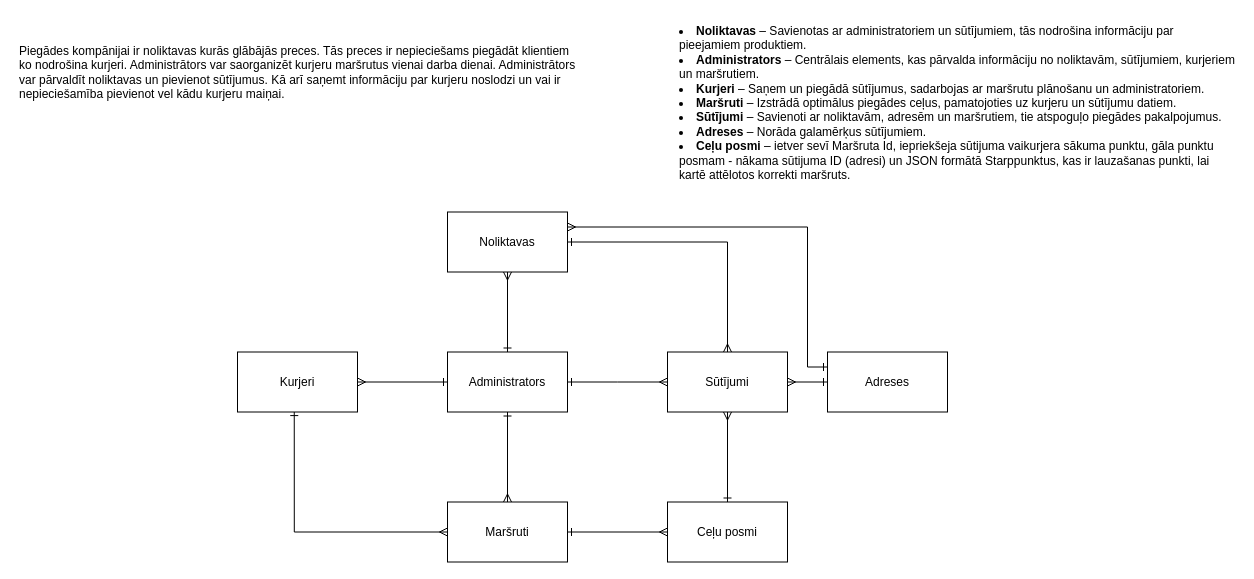
This is KonceptuModelis.drawio from danielsculka/projektesanas-laboratorija, a draw.io file, before an edit. Source tidied: cells renumbered, new cells numbered last; positions are measured from the earlier drawing's top-left corner, leaving out a move shared by most shapes. Both pictures are drawn from the tidied source at 100%, with x=0, y=0 at pixel (17, 17).
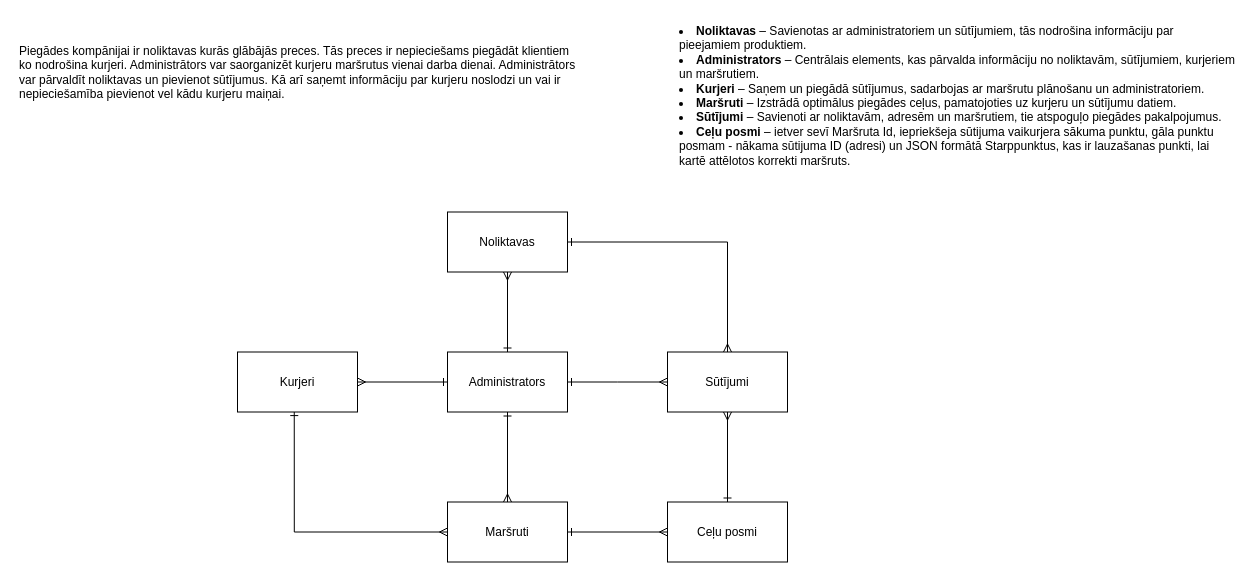
The same page after the edit.

The change refers to these unchanged cells:
```xml
<mxCell id="4" value="Noliktavas" style="rounded=0;whiteSpace=wrap;html=1;" parent="1" vertex="1">
  <mxGeometry x="430" y="194.5" width="120" height="60" as="geometry" />
</mxCell>
<mxCell id="7" value="Sūtījumi" style="rounded=0;whiteSpace=wrap;html=1;" parent="1" vertex="1">
  <mxGeometry x="650" y="334.5" width="120" height="60" as="geometry" />
</mxCell>
```

Diff of the diagram source:
```diff
@@
-    <mxCell id="3" style="edgeStyle=orthogonalEdgeStyle;rounded=0;jettySize=auto;html=1;exitX=1;exitY=0.25;exitDx=0;exitDy=0;entryX=0;entryY=0.25;entryDx=0;entryDy=0;startArrow=ERmany;startFill=0;endArrow=ERone;endFill=0;" parent="1" edge="1" source="4" target="17">
-      <mxGeometry relative="1" as="geometry">
-        <Array as="points">
-          <mxPoint x="790" y="209.5" />
-          <mxPoint x="790" y="349.5" />
-        </Array>
-      </mxGeometry>
-    </mxCell>
@@
-    <mxCell id="5" style="edgeStyle=orthogonalEdgeStyle;rounded=0;jettySize=auto;html=1;exitX=1;exitY=0.5;exitDx=0;exitDy=0;entryX=0;entryY=0.5;entryDx=0;entryDy=0;endArrow=ERone;endFill=0;startArrow=ERmany;startFill=0;" parent="1" edge="1" source="7" target="17">
-      <mxGeometry relative="1" as="geometry" />
-    </mxCell>
@@
-    <mxCell id="17" value="Adreses" style="rounded=0;whiteSpace=wrap;html=1;" parent="1" vertex="1">
-      <mxGeometry x="810" y="334.5" width="120" height="60" as="geometry" />
-    </mxCell>
@@
-    <mxCell id="19" value="&lt;li&gt;&lt;strong&gt;Noliktavas&lt;/strong&gt; – Savienotas ar administratoriem un sūtījumiem, tās nodrošina informāciju par pieejamiem produktiem.&lt;/li&gt;&lt;li&gt;&lt;strong&gt;Administrators&lt;/strong&gt; – Centrālais elements, kas pārvalda informāciju no noliktavām, sūtījumiem, kurjeriem un maršrutiem.&lt;/li&gt;&lt;li&gt;&lt;strong&gt;Kurjeri&lt;/strong&gt; – Saņem un piegādā sūtījumus, sadarbojas ar maršrutu plānošanu un administratoriem.&lt;/li&gt;&lt;li&gt;&lt;strong&gt;Maršruti&lt;/strong&gt; – Izstrādā optimālus piegādes ceļus, pamatojoties uz kurjeru un sūtījumu datiem.&lt;/li&gt;&lt;li&gt;&lt;strong&gt;Sūtījumi&lt;/strong&gt; – Savienoti ar noliktavām, adresēm un maršrutiem, tie atspoguļo piegādes pakalpojumus.&lt;/li&gt;&lt;li&gt;&lt;strong&gt;Adreses&lt;/strong&gt; – Norāda galamērķus sūtījumiem.&lt;/li&gt;&lt;li&gt;&lt;b&gt;Ceļu posmi&lt;/b&gt; – ietver sevī Maršruta Id, iepriekšeja sūtijuma vaikurjera sākuma punktu, gāla punktu posmam - nākama sūtijuma ID (adresi) un JSON formātā Starppunktus, kas ir lauzašanas punkti, lai kartē attēlotos korrekti maršruts.&lt;/li&gt;" style="text;whiteSpace=wrap;html=1;" parent="1" vertex="1">
+    <mxCell id="19" value="&lt;li&gt;&lt;strong&gt;Noliktavas&lt;/strong&gt; – Savienotas ar administratoriem un sūtījumiem, tās nodrošina informāciju par pieejamiem produktiem.&lt;/li&gt;&lt;li&gt;&lt;strong&gt;Administrators&lt;/strong&gt; – Centrālais elements, kas pārvalda informāciju no noliktavām, sūtījumiem, kurjeriem un maršrutiem.&lt;/li&gt;&lt;li&gt;&lt;strong&gt;Kurjeri&lt;/strong&gt; – Saņem un piegādā sūtījumus, sadarbojas ar maršrutu plānošanu un administratoriem.&lt;/li&gt;&lt;li&gt;&lt;strong&gt;Maršruti&lt;/strong&gt; – Izstrādā optimālus piegādes ceļus, pamatojoties uz kurjeru un sūtījumu datiem.&lt;/li&gt;&lt;li&gt;&lt;strong&gt;Sūtījumi&lt;/strong&gt; – Savienoti ar noliktavām, adresēm un maršrutiem, tie atspoguļo piegādes pakalpojumus.&lt;/li&gt;&lt;li&gt;&lt;b&gt;Ceļu posmi&lt;/b&gt; – ietver sevī Maršruta Id, iepriekšeja sūtijuma vaikurjera sākuma punktu, gāla punktu posmam - nākama sūtijuma ID (adresi) un JSON formātā Starppunktus, kas ir lauzašanas punkti, lai kartē attēlotos korrekti maršruts.&lt;/li&gt;" style="text;whiteSpace=wrap;html=1;" parent="1" vertex="1">
       <mxGeometry x="660" width="560" height="170" as="geometry" />
     </mxCell>
```
